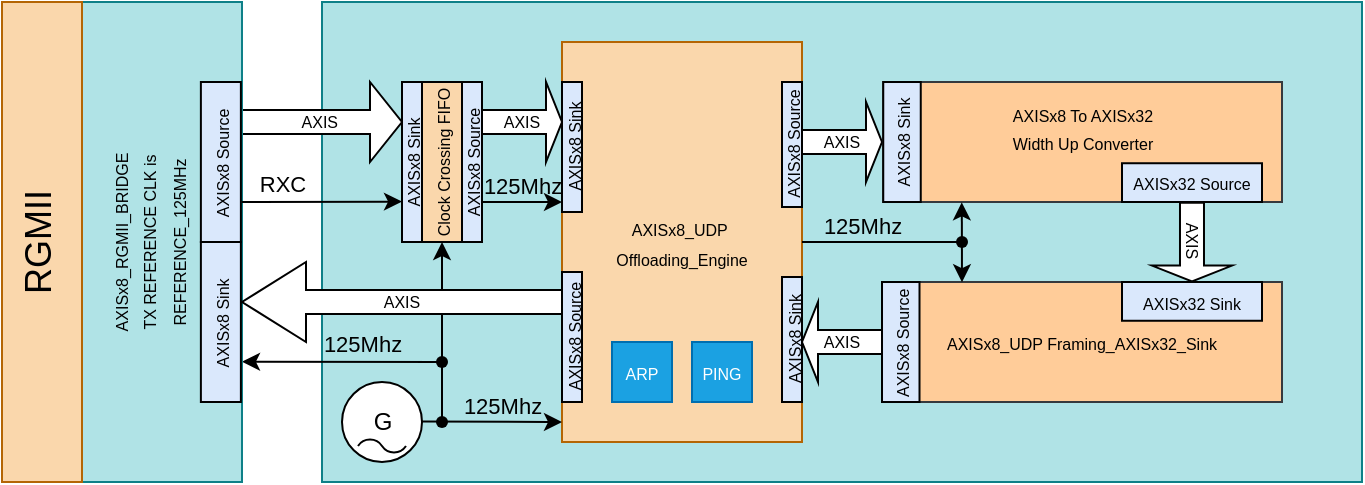
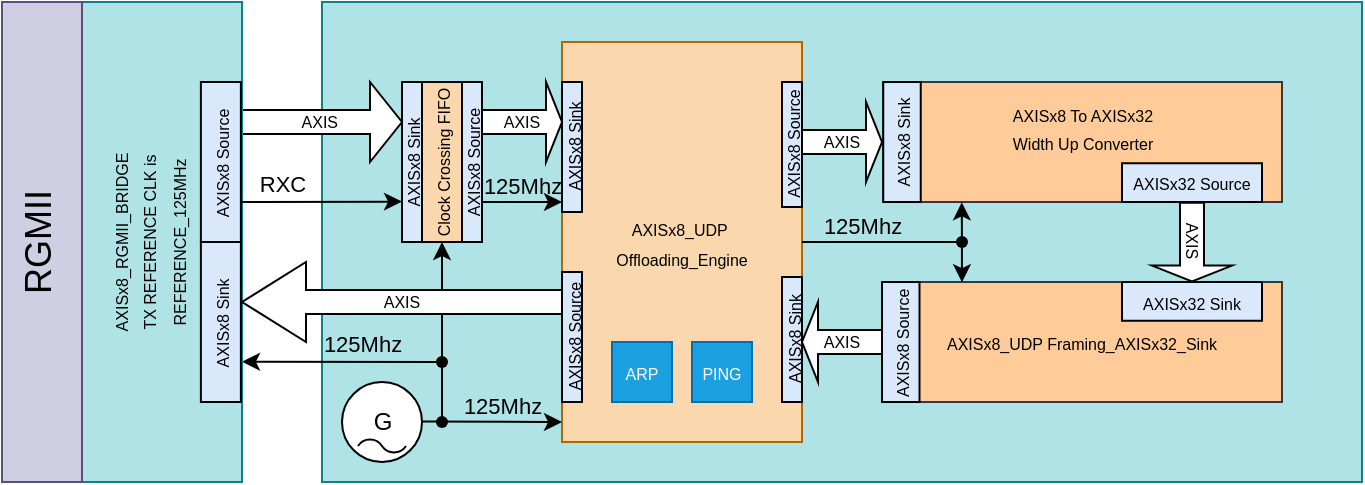
<mxfile host="Electron" agent="Mozilla/5.0 (Windows NT 10.0; Win64; x64) AppleWebKit/537.36 (KHTML, like Gecko) Chrome/147.0.0.0 Safari/537.36 OPR/131.0.0.0">
  <diagram name="Page-1" id="g0-s9DwC3oRhXUgsUFM5">
-     <mxGraphModel dx="808" dy="485" grid="1" gridSize="10" guides="1" tooltips="1" connect="1" arrows="1" fold="1" page="1" pageScale="1" pageWidth="827" pageHeight="1169" math="0" shadow="0">
+     <mxGraphModel dx="1414" dy="849" grid="1" gridSize="10" guides="1" tooltips="1" connect="1" arrows="1" fold="1" page="1" pageScale="1" pageWidth="827" pageHeight="1169" math="0" shadow="0">
      <root>
        <mxCell id="0" />
        <mxCell id="1" parent="0" />
        <mxCell id="wT9U8shtDK8veMdne7O4-1" parent="1" style="rounded=0;whiteSpace=wrap;html=1;fillColor=#b0e3e6;strokeColor=#0e8088;" value="" vertex="1">
          <mxGeometry height="240" width="520" x="240" y="880" as="geometry" />
        </mxCell>
        <mxCell id="l-Vy5mzzBIYiazb95XEs-39" parent="1" style="shape=singleArrow;whiteSpace=wrap;html=1;fontSize=8;" value="AXIS&amp;nbsp;" vertex="1">
          <mxGeometry height="40" width="80" x="200" y="920" as="geometry" />
        </mxCell>
        <mxCell id="l-Vy5mzzBIYiazb95XEs-41" edge="1" parent="1" style="endArrow=classic;html=1;rounded=0;labelPosition=center;verticalLabelPosition=middle;align=center;verticalAlign=middle;" value="">
          <mxGeometry height="50" relative="1" width="50" as="geometry">
            <mxPoint x="300" y="1060" as="sourcePoint" />
            <mxPoint x="200" y="1059.85" as="targetPoint" />
          </mxGeometry>
        </mxCell>
        <mxCell id="l-Vy5mzzBIYiazb95XEs-42" parent="1" style="rounded=0;whiteSpace=wrap;html=1;fillColor=#b0e3e6;strokeColor=#0e8088;rotation=-90;" value="&lt;span style=&quot;font-size: 8px;&quot;&gt;AXISx8_RGMII_BRIDGE&lt;/span&gt;&lt;div&gt;&lt;span style=&quot;font-size: 8px;&quot;&gt;TX REFERENCE CLK is&lt;/span&gt;&lt;/div&gt;&lt;div&gt;&lt;span style=&quot;background-color: transparent; font-size: 8px;&quot;&gt;REFERENCE_125MHz&lt;/span&gt;&lt;/div&gt;&lt;div&gt;&lt;span style=&quot;background-color: transparent; font-size: 8px;&quot;&gt;&lt;br&gt;&lt;/span&gt;&lt;/div&gt;" vertex="1">
          <mxGeometry height="80" width="240" x="40" y="960" as="geometry" />
        </mxCell>
        <mxCell id="l-Vy5mzzBIYiazb95XEs-43" parent="1" style="rounded=0;whiteSpace=wrap;html=1;fillColor=#fad7ac;strokeColor=#b46504;" value="&lt;span style=&quot;font-size: 8px;&quot;&gt;AXISx8_UDP&amp;nbsp;&lt;/span&gt;&lt;div&gt;&lt;span style=&quot;font-size: 8px;&quot;&gt;Offloading_Engine&lt;/span&gt;&lt;/div&gt;" vertex="1">
          <mxGeometry height="200" width="120" x="360" y="900" as="geometry" />
        </mxCell>
        <mxCell id="l-Vy5mzzBIYiazb95XEs-44" parent="1" style="rounded=0;whiteSpace=wrap;html=1;fillColor=#ffcc99;strokeColor=#36393d;" value="&lt;span style=&quot;font-size: 8px;&quot;&gt;AXISx8_UDP Framing_AXISx32_Sink&lt;/span&gt;" vertex="1">
          <mxGeometry height="60" width="200" x="520" y="1020" as="geometry" />
        </mxCell>
        <mxCell id="l-Vy5mzzBIYiazb95XEs-45" parent="1" style="shape=singleArrow;whiteSpace=wrap;html=1;fontSize=8;" value="AXIS" vertex="1">
          <mxGeometry height="40" width="40" x="480" y="930" as="geometry" />
        </mxCell>
        <mxCell id="l-Vy5mzzBIYiazb95XEs-46" parent="1" style="shape=singleArrow;direction=west;whiteSpace=wrap;html=1;fontSize=8;" value="AXIS" vertex="1">
          <mxGeometry height="40" width="40" x="480" y="1030" as="geometry" />
        </mxCell>
-         <mxCell id="l-Vy5mzzBIYiazb95XEs-51" parent="1" style="rounded=0;whiteSpace=wrap;html=1;textDirection=vertical-rl;rotation=-180;fillColor=#fad7ac;strokeColor=#b46504;fontSize=18;" value="RGMII" vertex="1">
+         <mxCell id="l-Vy5mzzBIYiazb95XEs-51" parent="1" style="rounded=0;whiteSpace=wrap;html=1;textDirection=vertical-rl;rotation=-180;fillColor=#d0cee2;strokeColor=#56517e;fontSize=18;" value="RGMII" vertex="1">
          <mxGeometry height="240" width="40" x="80" y="880" as="geometry" />
        </mxCell>
        <mxCell id="l-Vy5mzzBIYiazb95XEs-52" edge="1" parent="1" style="endArrow=classic;html=1;rounded=0;exitX=1;exitY=0.4;exitDx=0;exitDy=0;exitPerimeter=0;labelPosition=center;verticalLabelPosition=top;align=center;verticalAlign=bottom;" value="">
          <mxGeometry height="50" relative="1" width="50" as="geometry">
            <Array as="points" />
            <mxPoint x="200" y="979.97" as="sourcePoint" />
            <mxPoint x="280" y="979.8" as="targetPoint" />
          </mxGeometry>
        </mxCell>
        <mxCell id="l-Vy5mzzBIYiazb95XEs-53" connectable="0" parent="l-Vy5mzzBIYiazb95XEs-52" style="edgeLabel;html=1;align=center;verticalAlign=bottom;resizable=0;points=[];labelBackgroundColor=none;labelBorderColor=none;labelPosition=center;verticalLabelPosition=top;" value="RXC" vertex="1">
          <mxGeometry relative="1" x="-0.695" y="-1" as="geometry">
            <mxPoint x="8" y="-1" as="offset" />
          </mxGeometry>
        </mxCell>
        <mxCell id="l-Vy5mzzBIYiazb95XEs-54" parent="1" style="rounded=0;whiteSpace=wrap;html=1;fillColor=#fad7ac;strokeColor=#000000;rotation=-90;" value="&lt;span style=&quot;font-size: 8px;&quot;&gt;Clock Crossing &lt;/span&gt;&lt;span style=&quot;color: light-dark(rgb(0, 0, 0), rgb(255, 255, 255)); background-color: transparent; font-size: 8px;&quot;&gt;FIFO&lt;/span&gt;" vertex="1">
          <mxGeometry height="20" width="80" x="260" y="950" as="geometry" />
        </mxCell>
        <mxCell id="l-Vy5mzzBIYiazb95XEs-55" parent="1" style="rounded=0;whiteSpace=wrap;html=1;fillColor=#dae8fc;strokeColor=#000000;rotation=-90;" value="&lt;span style=&quot;font-size: 8px;&quot;&gt;AXISx8&lt;/span&gt;&lt;span style=&quot;font-size: 8px;&quot;&gt; Sink&lt;/span&gt;" vertex="1">
          <mxGeometry height="10" width="80" x="245" y="955" as="geometry" />
        </mxCell>
        <mxCell id="l-Vy5mzzBIYiazb95XEs-56" parent="1" style="rounded=0;whiteSpace=wrap;html=1;fillColor=#dae8fc;strokeColor=#000000;rotation=-90;" value="&lt;span style=&quot;font-size: 8px;&quot;&gt;AXISx8 Source&lt;/span&gt;" vertex="1">
          <mxGeometry height="10" width="80" x="275" y="955" as="geometry" />
        </mxCell>
        <mxCell id="l-Vy5mzzBIYiazb95XEs-57" parent="1" style="shape=singleArrow;whiteSpace=wrap;html=1;fontSize=8;" value="AXIS" vertex="1">
          <mxGeometry height="40" width="40" x="320" y="920" as="geometry" />
        </mxCell>
        <mxCell id="l-Vy5mzzBIYiazb95XEs-58" edge="1" parent="1" style="endArrow=classic;html=1;rounded=0;exitX=1;exitY=0.4;exitDx=0;exitDy=0;exitPerimeter=0;labelPosition=center;verticalLabelPosition=top;align=center;verticalAlign=bottom;" value="">
          <mxGeometry height="50" relative="1" width="50" as="geometry">
            <Array as="points" />
            <mxPoint x="320" y="979.97" as="sourcePoint" />
            <mxPoint x="360" y="980" as="targetPoint" />
          </mxGeometry>
        </mxCell>
        <mxCell id="l-Vy5mzzBIYiazb95XEs-59" connectable="0" parent="1" style="edgeLabel;html=1;align=center;verticalAlign=bottom;resizable=0;points=[];labelBackgroundColor=none;labelBorderColor=none;labelPosition=center;verticalLabelPosition=top;fillColor=none;" value="&lt;span&gt;125Mhz&lt;/span&gt;" vertex="1">
          <mxGeometry x="340" y="980" as="geometry" />
        </mxCell>
        <mxCell id="l-Vy5mzzBIYiazb95XEs-60" connectable="0" parent="1" style="edgeLabel;html=1;align=center;verticalAlign=bottom;resizable=0;points=[];labelBackgroundColor=none;labelBorderColor=none;labelPosition=center;verticalLabelPosition=top;fillColor=none;" value="&lt;span&gt;125Mhz&lt;/span&gt;" vertex="1">
          <mxGeometry x="260" y="1059.85" as="geometry" />
        </mxCell>
        <mxCell id="l-Vy5mzzBIYiazb95XEs-61" parent="1" style="dashed=0;outlineConnect=0;align=center;html=1;shape=mxgraph.pid.engines.generator_(ac);fontSize=12;" value="G" vertex="1">
          <mxGeometry height="40" width="40" x="250" y="1070" as="geometry" />
        </mxCell>
        <mxCell id="l-Vy5mzzBIYiazb95XEs-62" parent="1" style="rounded=0;whiteSpace=wrap;html=1;fillColor=#dae8fc;strokeColor=#000000;rotation=-90;" value="&lt;span style=&quot;font-size: 8px;&quot;&gt;AXISx8&lt;/span&gt;&lt;span style=&quot;font-size: 8px;&quot;&gt;&amp;nbsp;Sink&lt;/span&gt;" vertex="1">
          <mxGeometry height="20" width="80" x="149.44" y="1030" as="geometry" />
        </mxCell>
        <mxCell id="l-Vy5mzzBIYiazb95XEs-63" parent="1" style="rounded=0;whiteSpace=wrap;html=1;fillColor=#dae8fc;strokeColor=#000000;rotation=-90;" value="&lt;span style=&quot;font-size: 8px;&quot;&gt;AXISx8 Source&lt;/span&gt;" vertex="1">
          <mxGeometry height="20" width="80" x="149.44" y="950" as="geometry" />
        </mxCell>
        <mxCell id="l-Vy5mzzBIYiazb95XEs-64" parent="1" style="rounded=0;whiteSpace=wrap;html=1;fillColor=#dae8fc;strokeColor=#000000;rotation=-90;verticalAlign=middle;" value="&lt;span style=&quot;font-size: 8px;&quot;&gt;AXISx8&lt;/span&gt;&lt;span style=&quot;font-size: 8px;&quot;&gt; Sink&lt;/span&gt;" vertex="1">
          <mxGeometry height="10" width="65" x="332.5" y="947.5" as="geometry" />
        </mxCell>
        <mxCell id="l-Vy5mzzBIYiazb95XEs-65" parent="1" style="rounded=0;whiteSpace=wrap;html=1;fillColor=#dae8fc;strokeColor=#000000;rotation=-90;" value="&lt;span style=&quot;font-size: 8px;&quot;&gt;AXISx8 Source&lt;/span&gt;" vertex="1">
          <mxGeometry height="10" width="65" x="332.5" y="1042.5" as="geometry" />
        </mxCell>
        <mxCell id="l-Vy5mzzBIYiazb95XEs-66" parent="1" style="rounded=0;whiteSpace=wrap;html=1;fillColor=#dae8fc;strokeColor=#000000;rotation=-90;" value="&lt;span style=&quot;font-size: 8px;&quot;&gt;AXISx8 Source&lt;/span&gt;" vertex="1">
          <mxGeometry height="10" width="62.5" x="443.75" y="946.25" as="geometry" />
        </mxCell>
        <mxCell id="l-Vy5mzzBIYiazb95XEs-67" parent="1" style="rounded=0;whiteSpace=wrap;html=1;fillColor=#dae8fc;strokeColor=#000000;rotation=-90;" value="&lt;span style=&quot;font-size: 8px;&quot;&gt;AXISx8&lt;/span&gt;&lt;span style=&quot;font-size: 8px;&quot;&gt; Sink&lt;/span&gt;" vertex="1">
          <mxGeometry height="10" width="62.5" x="443.75" y="1043.75" as="geometry" />
        </mxCell>
        <mxCell id="l-Vy5mzzBIYiazb95XEs-68" connectable="0" parent="1" style="edgeLabel;html=1;align=center;verticalAlign=bottom;resizable=0;points=[];labelBackgroundColor=none;labelBorderColor=none;labelPosition=center;verticalLabelPosition=top;fillColor=none;" value="&lt;span&gt;125Mhz&lt;/span&gt;" vertex="1">
          <mxGeometry x="510" y="1000" as="geometry" />
        </mxCell>
        <mxCell id="l-Vy5mzzBIYiazb95XEs-69" edge="1" parent="1" style="endArrow=classic;html=1;rounded=0;exitX=1;exitY=0.4;exitDx=0;exitDy=0;exitPerimeter=0;" value="">
          <mxGeometry height="50" relative="1" width="50" as="geometry">
            <Array as="points" />
            <mxPoint x="290" y="1089.8" as="sourcePoint" />
            <mxPoint x="360" y="1090" as="targetPoint" />
          </mxGeometry>
        </mxCell>
        <mxCell id="l-Vy5mzzBIYiazb95XEs-70" connectable="0" parent="1" style="edgeLabel;html=1;align=center;verticalAlign=bottom;resizable=0;points=[];labelBackgroundColor=none;labelBorderColor=none;labelPosition=center;verticalLabelPosition=top;fillColor=none;" value="&lt;span&gt;125Mhz&lt;/span&gt;" vertex="1">
          <mxGeometry x="330" y="1090" as="geometry" />
        </mxCell>
        <mxCell id="l-Vy5mzzBIYiazb95XEs-71" edge="1" parent="1" source="l-Vy5mzzBIYiazb95XEs-76" style="endArrow=none;html=1;rounded=0;" value="">
          <mxGeometry height="50" relative="1" width="50" as="geometry">
            <mxPoint x="300" y="1090" as="sourcePoint" />
            <mxPoint x="300" y="1060" as="targetPoint" />
          </mxGeometry>
        </mxCell>
        <mxCell id="l-Vy5mzzBIYiazb95XEs-72" edge="1" parent="1" style="endArrow=none;html=1;rounded=0;" target="l-Vy5mzzBIYiazb95XEs-73" value="">
          <mxGeometry height="50" relative="1" width="50" as="geometry">
            <mxPoint x="300" y="1090" as="sourcePoint" />
            <mxPoint x="300" y="1060" as="targetPoint" />
          </mxGeometry>
        </mxCell>
        <mxCell id="l-Vy5mzzBIYiazb95XEs-73" parent="1" style="shape=waypoint;sketch=0;fillStyle=solid;size=6;pointerEvents=1;points=[];fillColor=none;resizable=0;rotatable=0;perimeter=centerPerimeter;snapToPoint=1;" value="" vertex="1">
          <mxGeometry height="20" width="20" x="290" y="1080" as="geometry" />
        </mxCell>
        <mxCell id="l-Vy5mzzBIYiazb95XEs-74" edge="1" parent="1" style="endArrow=classic;html=1;rounded=0;entryX=0;entryY=0.5;entryDx=0;entryDy=0;" target="l-Vy5mzzBIYiazb95XEs-54" value="">
          <mxGeometry height="50" relative="1" width="50" as="geometry">
            <Array as="points" />
            <mxPoint x="300" y="1060" as="sourcePoint" />
            <mxPoint x="380" y="1060.05" as="targetPoint" />
          </mxGeometry>
        </mxCell>
        <mxCell id="l-Vy5mzzBIYiazb95XEs-75" edge="1" parent="1" source="l-Vy5mzzBIYiazb95XEs-73" style="endArrow=none;html=1;rounded=0;" target="l-Vy5mzzBIYiazb95XEs-76" value="">
          <mxGeometry height="50" relative="1" width="50" as="geometry">
            <mxPoint x="300" y="1090" as="sourcePoint" />
            <mxPoint x="300" y="1060" as="targetPoint" />
          </mxGeometry>
        </mxCell>
        <mxCell id="l-Vy5mzzBIYiazb95XEs-76" parent="1" style="shape=waypoint;sketch=0;fillStyle=solid;size=6;pointerEvents=1;points=[];fillColor=none;resizable=0;rotatable=0;perimeter=centerPerimeter;snapToPoint=1;" value="" vertex="1">
          <mxGeometry height="20" width="20" x="290" y="1050" as="geometry" />
        </mxCell>
        <mxCell id="l-Vy5mzzBIYiazb95XEs-77" parent="1" style="shape=singleArrow;direction=west;whiteSpace=wrap;html=1;fontSize=8;" value="AXIS" vertex="1">
          <mxGeometry height="40" width="160" x="200" y="1010" as="geometry" />
        </mxCell>
        <mxCell id="l-Vy5mzzBIYiazb95XEs-78" parent="1" style="rounded=0;whiteSpace=wrap;html=1;fillColor=#dae8fc;strokeColor=#000000;rotation=-90;fontSize=12;" value="&lt;span style=&quot;font-size: 8px;&quot;&gt;AXISx8 Source&lt;/span&gt;" vertex="1">
          <mxGeometry height="18.75" width="60" x="499.38" y="1040.63" as="geometry" />
        </mxCell>
        <mxCell id="wT9U8shtDK8veMdne7O4-3" parent="1" style="rounded=0;whiteSpace=wrap;html=1;fillColor=#ffcc99;strokeColor=#36393d;" value="&lt;span style=&quot;font-size: 8px;&quot;&gt;AXISx8 To AXISx32&lt;/span&gt;&lt;div&gt;&lt;span style=&quot;font-size: 8px;&quot;&gt;&amp;nbsp;Width Up Converter&amp;nbsp;&lt;/span&gt;&lt;/div&gt;&lt;div&gt;&lt;span style=&quot;font-size: 8px;&quot;&gt;&lt;br&gt;&lt;/span&gt;&lt;/div&gt;" vertex="1">
          <mxGeometry height="60" width="199.38" x="520.62" y="920" as="geometry" />
        </mxCell>
        <mxCell id="wT9U8shtDK8veMdne7O4-4" parent="1" style="rounded=0;whiteSpace=wrap;html=1;fillColor=#dae8fc;strokeColor=#000000;rotation=-90;" value="&lt;span style=&quot;font-size: 8px;&quot;&gt;AXISx8&lt;/span&gt;&lt;span style=&quot;font-size: 8px;&quot;&gt; Sink&lt;/span&gt;" vertex="1">
          <mxGeometry height="18.75" width="60" x="500" y="940.6300000000001" as="geometry" />
        </mxCell>
        <mxCell id="wT9U8shtDK8veMdne7O4-5" parent="1" style="rounded=0;whiteSpace=wrap;html=1;fillColor=#dae8fc;strokeColor=#000000;rotation=0;" value="&lt;span style=&quot;font-size: 8px;&quot;&gt;AXISx32 Source&lt;/span&gt;" vertex="1">
          <mxGeometry height="19.38" width="70" x="640" y="960.62" as="geometry" />
        </mxCell>
        <mxCell id="wT9U8shtDK8veMdne7O4-9" parent="1" style="rounded=0;whiteSpace=wrap;html=1;fillColor=#dae8fc;strokeColor=#000000;rotation=0;" value="&lt;span style=&quot;font-size: 8px;&quot;&gt;AXISx32 Sink&lt;/span&gt;" vertex="1">
          <mxGeometry height="19.38" width="70" x="640" y="1020" as="geometry" />
        </mxCell>
        <mxCell id="wT9U8shtDK8veMdne7O4-14" edge="1" parent="1" style="endArrow=none;html=1;rounded=0;" value="">
          <mxGeometry height="50" relative="1" width="50" as="geometry">
            <mxPoint x="480" y="1000" as="sourcePoint" />
            <mxPoint x="560" y="1000" as="targetPoint" />
          </mxGeometry>
        </mxCell>
        <mxCell id="wT9U8shtDK8veMdne7O4-15" parent="1" style="shape=singleArrow;whiteSpace=wrap;html=1;rotation=90;fontSize=8;" value="AXIS" vertex="1">
          <mxGeometry height="40" width="39.37" x="655.3100000000001" y="980" as="geometry" />
        </mxCell>
        <mxCell id="wT9U8shtDK8veMdne7O4-16" edge="1" parent="1" source="wT9U8shtDK8veMdne7O4-3" style="endArrow=classic;html=1;rounded=0;exitX=0.197;exitY=1.003;exitDx=0;exitDy=0;exitPerimeter=0;entryX=0.2;entryY=0.002;entryDx=0;entryDy=0;entryPerimeter=0;endFill=1;startArrow=classic;startFill=1;" target="l-Vy5mzzBIYiazb95XEs-44" value="">
          <mxGeometry height="50" relative="1" width="50" as="geometry">
            <mxPoint x="560" y="989.68" as="sourcePoint" />
            <mxPoint x="560" y="1009.68" as="targetPoint" />
          </mxGeometry>
        </mxCell>
        <mxCell id="wT9U8shtDK8veMdne7O4-20" parent="1" style="shape=waypoint;sketch=0;fillStyle=solid;size=6;pointerEvents=1;points=[];fillColor=none;resizable=0;rotatable=0;perimeter=centerPerimeter;snapToPoint=1;" value="" vertex="1">
          <mxGeometry height="20" width="20" x="550" y="990" as="geometry" />
        </mxCell>
        <mxCell id="v1DrpxyldP5X3QPbAQ5r-1" parent="1" style="rounded=0;whiteSpace=wrap;html=1;fillColor=#1ba1e2;strokeColor=#006EAF;rotation=0;fontColor=#ffffff;" value="&lt;span style=&quot;font-size: 8px;&quot;&gt;PING&lt;/span&gt;" vertex="1">
          <mxGeometry height="30" width="30" x="425" y="1050" as="geometry" />
        </mxCell>
        <mxCell id="v1DrpxyldP5X3QPbAQ5r-2" parent="1" style="rounded=0;whiteSpace=wrap;html=1;fillColor=#1ba1e2;strokeColor=#006EAF;rotation=0;fontColor=#ffffff;" value="&lt;span style=&quot;font-size: 8px;&quot;&gt;ARP&lt;/span&gt;" vertex="1">
          <mxGeometry height="30" width="30" x="385" y="1050" as="geometry" />
        </mxCell>
      </root>
    </mxGraphModel>
  </diagram>
</mxfile>
